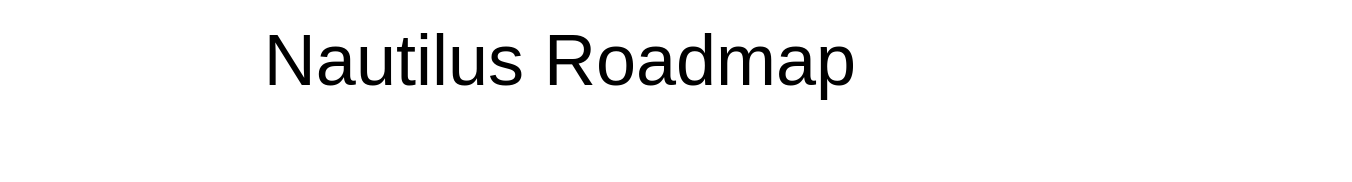
NautilusOSS/nautilus-roadmap keeps this draw.io diagram as roadmap.drawio. Above is the earlier version. Source tidied: cells renumbered, new cells numbered last; positions are measured from the earlier drawing's top-left corner, leaving out a move shared by most shapes. Both pictures are drawn from the tidied source at 100%, with x=0, y=0 at pixel (25, 45).
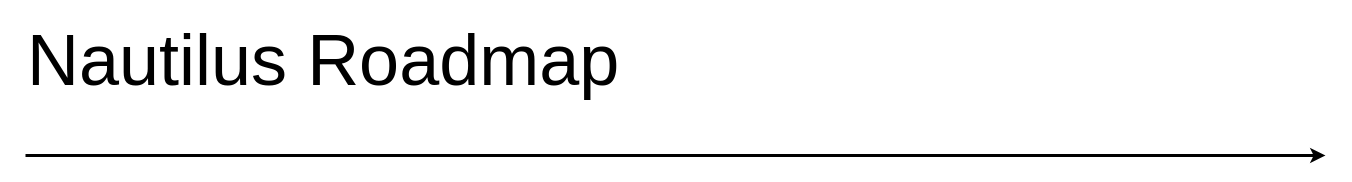
The same page after the edit.

Commit message (it also covers changes not shown here):
roadmap.drawio を更新します

The edit, as a diff of the source:
```diff
@@
 <mxGraphModel>
   <root>
     <mxCell id="0" />
     <mxCell id="1" parent="0" />
-    <mxCell id="2" value="&lt;font style=&quot;font-size: 72px;&quot;&gt;Nautilus Roadmap&lt;/font&gt;" style="text;html=1;align=center;verticalAlign=middle;whiteSpace=wrap;rounded=0;" parent="1" vertex="1">
+    <mxCell id="2" value="&lt;font style=&quot;font-size: 72px;&quot;&gt;Nautilus Roadmap&lt;/font&gt;" style="text;html=1;align=left;verticalAlign=middle;whiteSpace=wrap;rounded=0;" parent="1" vertex="1">
       <mxGeometry width="1070" height="30" as="geometry" />
     </mxCell>
+    <mxCell id="3" style="endArrow=classic;html=1;rounded=0;strokeWidth=3;" parent="1" edge="1">
+      <mxGeometry relative="1" as="geometry">
+        <mxPoint y="110" as="sourcePoint" />
+        <mxPoint x="1300" y="110" as="targetPoint" />
+      </mxGeometry>
+    </mxCell>
   </root>
 </mxGraphModel>
```
